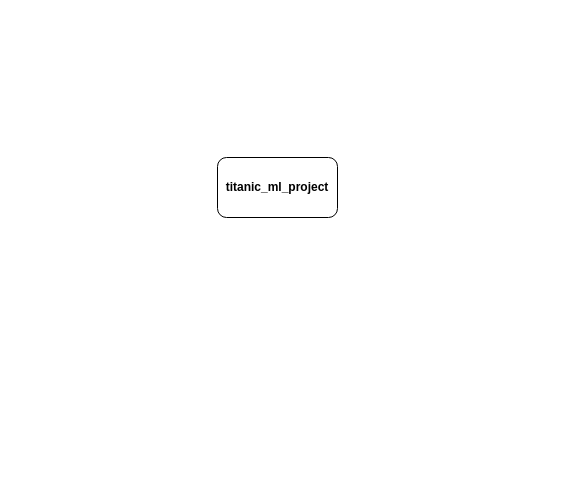
Above: Titanic.drawio in initialllllll/TP1-Python-production-code (draw.io), before the change. Source tidied: cells renumbered, new cells numbered last; positions are measured from the earlier drawing's top-left corner, leaving out a move shared by most shapes. Both pictures are drawn from the tidied source at 100%, with x=0, y=0 at pixel (217, 157).
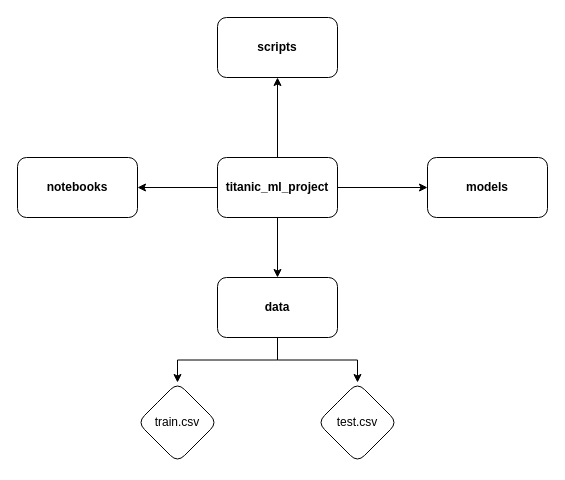
The same diagram, later.

What changed in the source:
```diff
@@
 <mxGraphModel>
   <root>
     <mxCell id="0" />
     <mxCell id="1" parent="0" />
+    <mxCell id="3" style="edgeStyle=orthogonalEdgeStyle;rounded=0;jettySize=auto;html=1;" parent="1" edge="1" source="2" target="9">
+      <mxGeometry relative="1" as="geometry" />
+    </mxCell>
+    <mxCell id="4" style="edgeStyle=orthogonalEdgeStyle;rounded=0;jettySize=auto;html=1;" parent="1" edge="1" source="2" target="10">
+      <mxGeometry relative="1" as="geometry" />
+    </mxCell>
+    <mxCell id="5" style="edgeStyle=orthogonalEdgeStyle;rounded=0;jettySize=auto;html=1;" parent="1" edge="1" source="2" target="11">
+      <mxGeometry relative="1" as="geometry" />
+    </mxCell>
+    <mxCell id="6" style="edgeStyle=orthogonalEdgeStyle;rounded=0;jettySize=auto;html=1;" parent="1" edge="1" source="2" target="12">
+      <mxGeometry relative="1" as="geometry" />
+    </mxCell>
     <mxCell id="2" value="&lt;h4&gt;titanic_ml_project&lt;/h4&gt;" style="rounded=1;whiteSpace=wrap;html=1;" parent="1" vertex="1">
       <mxGeometry width="120" height="60" as="geometry" />
     </mxCell>
+    <mxCell id="7" style="edgeStyle=orthogonalEdgeStyle;rounded=0;jettySize=auto;html=1;" parent="1" edge="1" source="9" target="13">
+      <mxGeometry relative="1" as="geometry" />
+    </mxCell>
+    <mxCell id="8" style="edgeStyle=orthogonalEdgeStyle;rounded=0;jettySize=auto;html=1;" parent="1" edge="1" source="9" target="14">
+      <mxGeometry relative="1" as="geometry" />
+    </mxCell>
+    <mxCell id="9" value="&lt;h4&gt;data&lt;/h4&gt;" style="rounded=1;whiteSpace=wrap;html=1;" parent="1" vertex="1">
+      <mxGeometry y="120" width="120" height="60" as="geometry" />
+    </mxCell>
+    <mxCell id="10" value="&lt;h4&gt;models&lt;/h4&gt;" style="rounded=1;whiteSpace=wrap;html=1;" parent="1" vertex="1">
+      <mxGeometry x="210" width="120" height="60" as="geometry" />
+    </mxCell>
+    <mxCell id="11" value="&lt;h4&gt;scripts&lt;/h4&gt;" style="rounded=1;whiteSpace=wrap;html=1;" parent="1" vertex="1">
+      <mxGeometry y="-140" width="120" height="60" as="geometry" />
+    </mxCell>
+    <mxCell id="12" value="&lt;h4&gt;notebooks&lt;/h4&gt;" style="rounded=1;whiteSpace=wrap;html=1;" parent="1" vertex="1">
+      <mxGeometry x="-200" width="120" height="60" as="geometry" />
+    </mxCell>
+    <mxCell id="13" value="train.csv" style="rhombus;whiteSpace=wrap;html=1;rounded=1;" parent="1" vertex="1">
+      <mxGeometry x="-80" y="225" width="80" height="80" as="geometry" />
+    </mxCell>
+    <mxCell id="14" value="test.csv" style="rhombus;whiteSpace=wrap;html=1;rounded=1;" parent="1" vertex="1">
+      <mxGeometry x="100" y="225" width="80" height="80" as="geometry" />
+    </mxCell>
   </root>
 </mxGraphModel>
```
